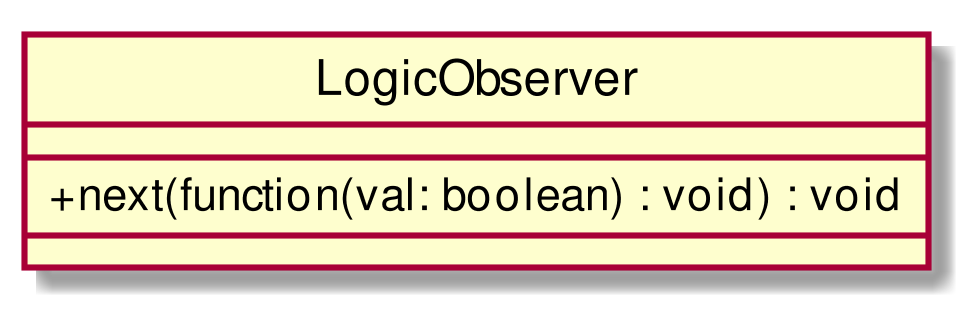
Above: RP/Esterni/DefinizioneDiProdotto/images/ClassLogicObserver.png in CoCodeSWE/Docs (PlantUML), before the change.
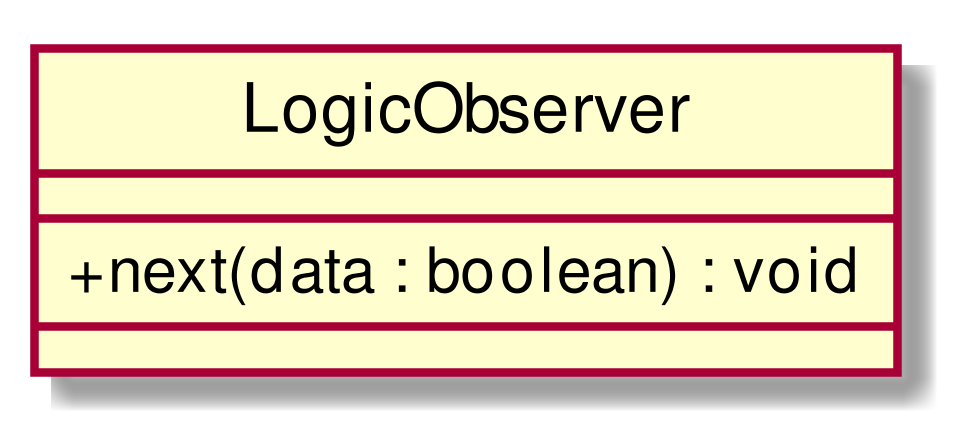
The same file after the commit.

Diff of the diagram source:
```diff
@@ -3,7 +3,7 @@
 skinparam classAttributeIconSize 0
 class LogicObserver{
 __
-+ next(function(val: boolean) : void) : void
++ next(data : boolean) : void
 __
 
 }
```
